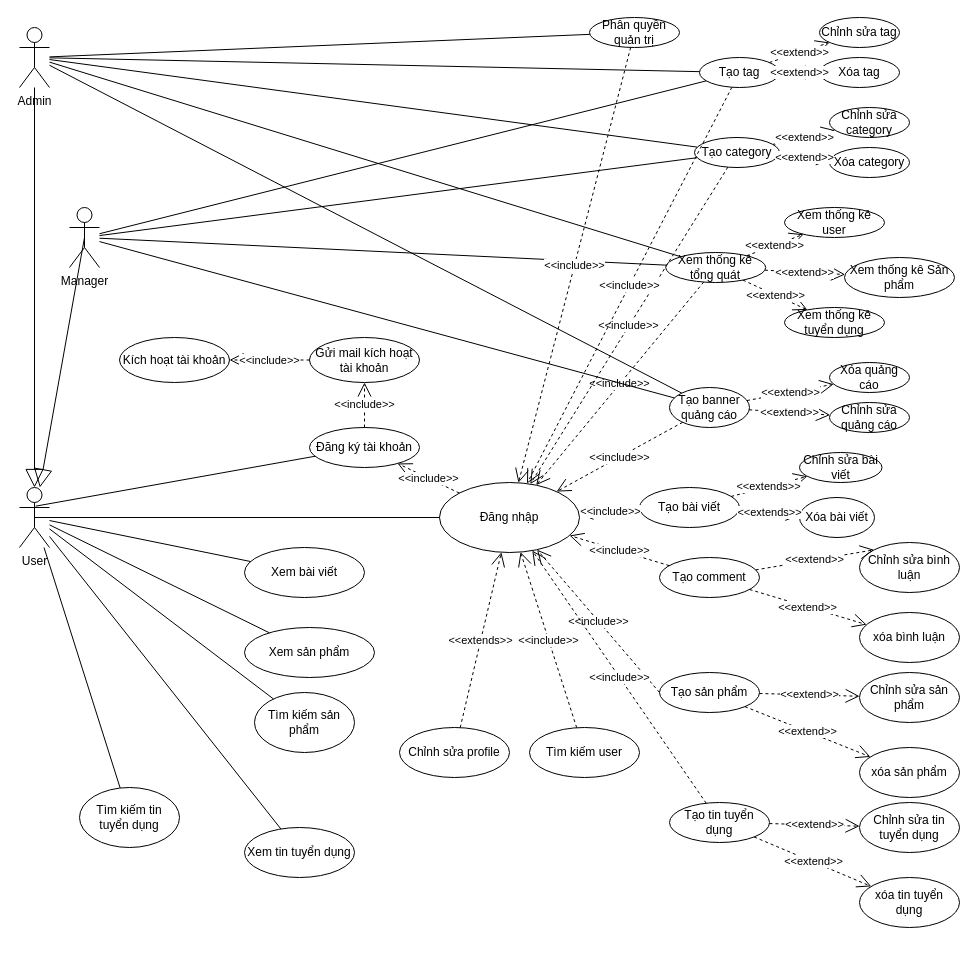
This is BlogProject/BlogProject/UseCaseBlog.drawio from TranThanhHoang123/Blog, a draw.io file, before an edit. Source tidied: cells renumbered, new cells numbered last; positions are measured from the earlier drawing's top-left corner, leaving out a move shared by most shapes. Both pictures are drawn from the tidied source at 100%, with x=0, y=0 at pixel (19, 17).
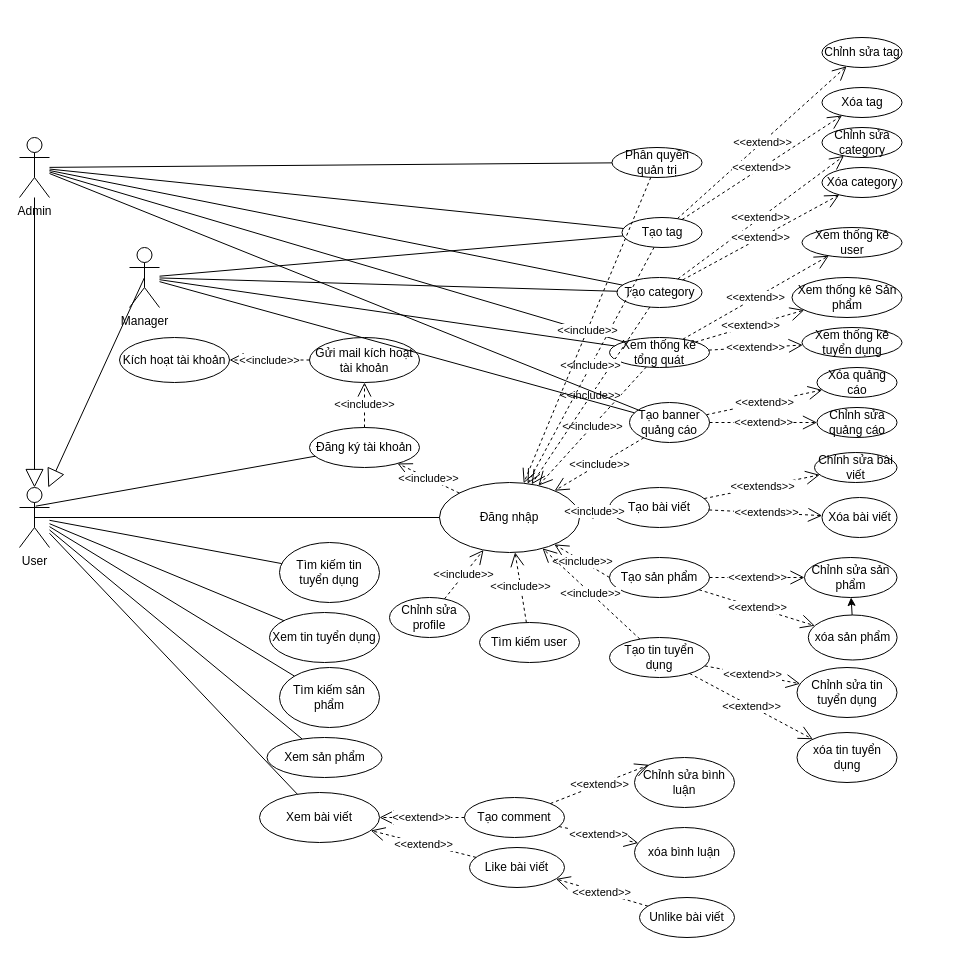
After the change.

Unchanged cells that the change refers to:
```xml
<mxCell id="7" value="Đăng nhập" style="ellipse;whiteSpace=wrap;html=1;" parent="1" vertex="1">
  <mxGeometry x="420" y="465" width="140" height="70" as="geometry" />
</mxCell>
```

The edit, as a diff of the source:
```diff
@@
     <mxCell id="3" value="Admin" style="shape=umlActor;verticalLabelPosition=bottom;verticalAlign=top;html=1;outlineConnect=0;" parent="1" vertex="1">
-      <mxGeometry y="10" width="30" height="60" as="geometry" />
+      <mxGeometry y="120" width="30" height="60" as="geometry" />
     </mxCell>
     <mxCell id="4" value="Manager" style="shape=umlActor;verticalLabelPosition=bottom;verticalAlign=top;html=1;outlineConnect=0;" parent="1" vertex="1">
-      <mxGeometry x="50" y="190" width="30" height="60" as="geometry" />
+      <mxGeometry x="110" y="230" width="30" height="60" as="geometry" />
     </mxCell>
@@
     <mxCell id="15" value="Xem bài viết" style="ellipse;whiteSpace=wrap;html=1;" parent="1" vertex="1">
-      <mxGeometry x="225" y="530" width="120" height="50" as="geometry" />
+      <mxGeometry x="240" y="775" width="120" height="50" as="geometry" />
     </mxCell>
     <mxCell id="16" value="Xem tin tuyển dụng" style="ellipse;whiteSpace=wrap;html=1;" parent="1" vertex="1">
-      <mxGeometry x="225" y="810" width="110" height="50" as="geometry" />
+      <mxGeometry x="250" y="595" width="110" height="50" as="geometry" />
     </mxCell>
     <mxCell id="17" value="Xem sản phẩm" style="ellipse;whiteSpace=wrap;html=1;" parent="1" vertex="1">
-      <mxGeometry x="225" y="610" width="130" height="50" as="geometry" />
+      <mxGeometry x="247.5" y="720" width="115" height="40" as="geometry" />
     </mxCell>
@@
     <mxCell id="21" value="Tạo comment" style="ellipse;whiteSpace=wrap;html=1;" parent="1" vertex="1">
-      <mxGeometry x="640" y="540" width="100" height="40" as="geometry" />
+      <mxGeometry x="445" y="780" width="100" height="40" as="geometry" />
     </mxCell>
     <mxCell id="22" value="Tạo sản phẩm" style="ellipse;whiteSpace=wrap;html=1;" parent="1" vertex="1">
-      <mxGeometry x="640" y="655" width="100" height="40" as="geometry" />
+      <mxGeometry x="590" y="540" width="100" height="40" as="geometry" />
     </mxCell>
     <mxCell id="23" value="Tạo tin tuyển dụng" style="ellipse;whiteSpace=wrap;html=1;" parent="1" vertex="1">
-      <mxGeometry x="650" y="785" width="100" height="40" as="geometry" />
+      <mxGeometry x="590" y="620" width="100" height="40" as="geometry" />
     </mxCell>
     <mxCell id="24" value="Tạo bài viết" style="ellipse;whiteSpace=wrap;html=1;" parent="1" vertex="1">
-      <mxGeometry x="620" y="470" width="100" height="40" as="geometry" />
+      <mxGeometry x="590" y="470" width="100" height="40" as="geometry" />
     </mxCell>
-    <mxCell id="25" value="&amp;lt;&amp;lt;include&amp;gt;&amp;gt;" style="endArrow=open;endSize=12;dashed=1;html=1;rounded=0;strokeColor=default;align=center;verticalAlign=middle;fontFamily=Helvetica;fontSize=11;fontColor=default;labelBackgroundColor=default;edgeStyle=none;" parent="1" edge="1" source="21" target="7">
-      <mxGeometry relative="1" as="geometry" />
-    </mxCell>
@@
     <mxCell id="28" value="Chỉnh sửa bài viết" style="ellipse;whiteSpace=wrap;html=1;" parent="1" vertex="1">
-      <mxGeometry x="780" y="435" width="82.5" height="30" as="geometry" />
+      <mxGeometry x="795" y="435" width="82.5" height="30" as="geometry" />
     </mxCell>
     <mxCell id="29" value="Xóa bài viết" style="ellipse;whiteSpace=wrap;html=1;" parent="1" vertex="1">
-      <mxGeometry x="780" y="480" width="75" height="40" as="geometry" />
+      <mxGeometry x="802.5" y="480" width="75" height="40" as="geometry" />
     </mxCell>
@@
     <mxCell id="32" value="Chỉnh sửa bình luận" style="ellipse;whiteSpace=wrap;html=1;" parent="1" vertex="1">
-      <mxGeometry x="840" y="525" width="100" height="50" as="geometry" />
+      <mxGeometry x="615" y="740" width="100" height="50" as="geometry" />
     </mxCell>
     <mxCell id="33" value="xóa bình luận" style="ellipse;whiteSpace=wrap;html=1;" parent="1" vertex="1">
-      <mxGeometry x="840" y="595" width="100" height="50" as="geometry" />
+      <mxGeometry x="615" y="810" width="100" height="50" as="geometry" />
     </mxCell>
     <mxCell id="34" value="Chỉnh sửa sản phẩm" style="ellipse;whiteSpace=wrap;html=1;" parent="1" vertex="1">
-      <mxGeometry x="840" y="655" width="100" height="50" as="geometry" />
+      <mxGeometry x="785" y="540" width="92.5" height="40" as="geometry" />
     </mxCell>
+    <mxCell id="91" style="edgeStyle=none;shape=connector;rounded=0;jettySize=auto;html=1;strokeColor=default;align=center;verticalAlign=middle;fontFamily=Helvetica;fontSize=11;fontColor=default;labelBackgroundColor=default;endArrow=classic;" parent="1" edge="1" source="35" target="34">
+      <mxGeometry relative="1" as="geometry" />
+    </mxCell>
     <mxCell id="35" value="xóa sản phẩm" style="ellipse;whiteSpace=wrap;html=1;" parent="1" vertex="1">
-      <mxGeometry x="840" y="730" width="100" height="50" as="geometry" />
+      <mxGeometry x="788.8" y="597.5" width="88.8" height="45" as="geometry" />
     </mxCell>
     <mxCell id="36" value="Chỉnh sửa tin tuyển dụng" style="ellipse;whiteSpace=wrap;html=1;" parent="1" vertex="1">
-      <mxGeometry x="840" y="785" width="100" height="50" as="geometry" />
+      <mxGeometry x="777.5" y="650" width="100" height="50" as="geometry" />
     </mxCell>
     <mxCell id="37" value="xóa tin tuyển dụng" style="ellipse;whiteSpace=wrap;html=1;" parent="1" vertex="1">
-      <mxGeometry x="840" y="860" width="100" height="50" as="geometry" />
+      <mxGeometry x="777.5" y="715" width="100" height="50" as="geometry" />
     </mxCell>
@@
     <mxCell id="44" value="Tìm kiếm sản phẩm" style="ellipse;whiteSpace=wrap;html=1;" parent="1" vertex="1">
-      <mxGeometry x="235" y="675" width="100" height="60" as="geometry" />
+      <mxGeometry x="260" y="650" width="100" height="60" as="geometry" />
     </mxCell>
     <mxCell id="45" value="Tìm kiếm tin tuyển dụng" style="ellipse;whiteSpace=wrap;html=1;" parent="1" vertex="1">
-      <mxGeometry x="60" y="770" width="100" height="60" as="geometry" />
+      <mxGeometry x="260" y="525" width="100" height="60" as="geometry" />
     </mxCell>
     <mxCell id="46" value="Xem thống kê tổng quát" style="ellipse;whiteSpace=wrap;html=1;" parent="1" vertex="1">
-      <mxGeometry x="646.2" y="235" width="100" height="30" as="geometry" />
+      <mxGeometry x="590" y="320" width="100" height="30" as="geometry" />
     </mxCell>
     <mxCell id="47" value="Tạo banner quảng cáo" style="ellipse;whiteSpace=wrap;html=1;" parent="1" vertex="1">
-      <mxGeometry x="650" y="370" width="80" height="40" as="geometry" />
+      <mxGeometry x="610" y="385" width="80" height="40" as="geometry" />
     </mxCell>
@@
     <mxCell id="49" value="Tạo category" style="ellipse;whiteSpace=wrap;html=1;" parent="1" vertex="1">
-      <mxGeometry x="675" y="120" width="85" height="30" as="geometry" />
+      <mxGeometry x="597.5" y="260" width="85" height="30" as="geometry" />
     </mxCell>
     <mxCell id="50" value="Tạo tag" style="ellipse;whiteSpace=wrap;html=1;" parent="1" vertex="1">
-      <mxGeometry x="680" y="40" width="80" height="30" as="geometry" />
+      <mxGeometry x="602.5" y="200" width="80" height="30" as="geometry" />
     </mxCell>
@@
     <mxCell id="61" value="Chỉnh sửa tag" style="ellipse;whiteSpace=wrap;html=1;" parent="1" vertex="1">
-      <mxGeometry x="800" width="80" height="30" as="geometry" />
+      <mxGeometry x="802.5" y="20" width="80" height="30" as="geometry" />
     </mxCell>
     <mxCell id="62" value="Chỉnh sửa category" style="ellipse;whiteSpace=wrap;html=1;" parent="1" vertex="1">
-      <mxGeometry x="810" y="90" width="80" height="30" as="geometry" />
+      <mxGeometry x="802.5" y="110" width="80" height="30" as="geometry" />
     </mxCell>
     <mxCell id="63" value="Xóa category" style="ellipse;whiteSpace=wrap;html=1;" parent="1" vertex="1">
-      <mxGeometry x="810" y="130" width="80" height="30" as="geometry" />
+      <mxGeometry x="802.5" y="150" width="80" height="30" as="geometry" />
     </mxCell>
     <mxCell id="64" value="Xóa tag" style="ellipse;whiteSpace=wrap;html=1;" parent="1" vertex="1">
-      <mxGeometry x="800" y="40" width="80" height="30" as="geometry" />
+      <mxGeometry x="802.5" y="70" width="80" height="30" as="geometry" />
     </mxCell>
     <mxCell id="65" value="Xóa quảng cáo" style="ellipse;whiteSpace=wrap;html=1;" parent="1" vertex="1">
-      <mxGeometry x="810" y="345" width="80" height="30" as="geometry" />
+      <mxGeometry x="797.5" y="350" width="80" height="30" as="geometry" />
     </mxCell>
     <mxCell id="66" value="Chỉnh sửa quảng cáo" style="ellipse;whiteSpace=wrap;html=1;" parent="1" vertex="1">
-      <mxGeometry x="810" y="385" width="80" height="30" as="geometry" />
+      <mxGeometry x="797.5" y="390" width="80" height="30" as="geometry" />
     </mxCell>
@@
     <mxCell id="73" value="Xem thống kê user" style="ellipse;whiteSpace=wrap;html=1;" parent="1" vertex="1">
-      <mxGeometry x="765" y="190" width="100" height="30" as="geometry" />
+      <mxGeometry x="782.5" y="210" width="100" height="30" as="geometry" />
     </mxCell>
     <mxCell id="74" value="Xem thống kê Sản phẩm" style="ellipse;whiteSpace=wrap;html=1;" parent="1" vertex="1">
-      <mxGeometry x="825" y="240" width="110" height="40" as="geometry" />
+      <mxGeometry x="772.5" y="260" width="110" height="40" as="geometry" />
     </mxCell>
     <mxCell id="75" value="Xem thống kê tuyển dụng" style="ellipse;whiteSpace=wrap;html=1;" parent="1" vertex="1">
-      <mxGeometry x="765" y="290" width="100" height="30" as="geometry" />
+      <mxGeometry x="782.5" y="310" width="100" height="30" as="geometry" />
     </mxCell>
@@
     <mxCell id="79" value="Phân quyền quản trị" style="ellipse;whiteSpace=wrap;html=1;" parent="1" vertex="1">
-      <mxGeometry x="570" width="90" height="30" as="geometry" />
+      <mxGeometry x="592.5" y="130" width="90" height="30" as="geometry" />
     </mxCell>
@@
     <mxCell id="82" value="Tìm kiếm user" style="ellipse;whiteSpace=wrap;html=1;" parent="1" vertex="1">
-      <mxGeometry x="510" y="710" width="110" height="50" as="geometry" />
+      <mxGeometry x="460" y="605" width="100" height="40" as="geometry" />
     </mxCell>
@@
     <mxCell id="84" value="Chỉnh sửa profile" style="ellipse;whiteSpace=wrap;html=1;" parent="1" vertex="1">
-      <mxGeometry x="380" y="710" width="110" height="50" as="geometry" />
+      <mxGeometry x="370" y="580" width="80" height="40" as="geometry" />
     </mxCell>
@@
-    <mxCell id="88" value="&amp;lt;&amp;lt;extends&amp;gt;&amp;gt;" style="endArrow=open;endSize=12;dashed=1;html=1;rounded=0;strokeColor=default;align=center;verticalAlign=middle;fontFamily=Helvetica;fontSize=11;fontColor=default;labelBackgroundColor=default;edgeStyle=none;" parent="1" edge="1" source="84" target="7">
+    <mxCell id="88" value="&amp;lt;&amp;lt;include&amp;gt;&amp;gt;" style="endArrow=open;endSize=12;dashed=1;html=1;rounded=0;strokeColor=default;align=center;verticalAlign=middle;fontFamily=Helvetica;fontSize=11;fontColor=default;labelBackgroundColor=default;edgeStyle=none;" parent="1" edge="1" source="84" target="7">
       <mxGeometry relative="1" as="geometry" />
     </mxCell>
@@
+    <mxCell id="92" value="&amp;lt;&amp;lt;extend&amp;gt;&amp;gt;" style="endArrow=open;endSize=12;dashed=1;html=1;rounded=0;strokeColor=default;align=center;verticalAlign=middle;fontFamily=Helvetica;fontSize=11;fontColor=default;labelBackgroundColor=default;edgeStyle=none;" parent="1" edge="1" source="21" target="15">
+      <mxGeometry relative="1" as="geometry" />
+    </mxCell>
+    <mxCell id="93" value="Like bài viết" style="ellipse;whiteSpace=wrap;html=1;" parent="1" vertex="1">
+      <mxGeometry x="450" y="830" width="95" height="40" as="geometry" />
+    </mxCell>
+    <mxCell id="94" value="&amp;lt;&amp;lt;extend&amp;gt;&amp;gt;" style="endArrow=open;endSize=12;dashed=1;html=1;rounded=0;strokeColor=default;align=center;verticalAlign=middle;fontFamily=Helvetica;fontSize=11;fontColor=default;labelBackgroundColor=default;edgeStyle=none;" parent="1" edge="1" source="93" target="15">
+      <mxGeometry relative="1" as="geometry" />
+    </mxCell>
+    <mxCell id="95" value="Unlike bài viết" style="ellipse;whiteSpace=wrap;html=1;" parent="1" vertex="1">
+      <mxGeometry x="620" y="880" width="95" height="40" as="geometry" />
+    </mxCell>
+    <mxCell id="96" value="&amp;lt;&amp;lt;extend&amp;gt;&amp;gt;" style="endArrow=open;endSize=12;dashed=1;html=1;rounded=0;strokeColor=default;align=center;verticalAlign=middle;fontFamily=Helvetica;fontSize=11;fontColor=default;labelBackgroundColor=default;edgeStyle=none;" parent="1" edge="1" source="95" target="93">
+      <mxGeometry relative="1" as="geometry" />
+    </mxCell>
+    <mxCell id="97" style="edgeStyle=none;shape=connector;rounded=0;orthogonalLoop=1;jettySize=auto;html=1;exitX=0.5;exitY=1;exitDx=0;exitDy=0;strokeColor=default;align=center;verticalAlign=middle;fontFamily=Helvetica;fontSize=11;fontColor=default;labelBackgroundColor=default;endArrow=classic;" parent="1" edge="1" source="75" target="75">
+      <mxGeometry relative="1" as="geometry" />
+    </mxCell>
```
